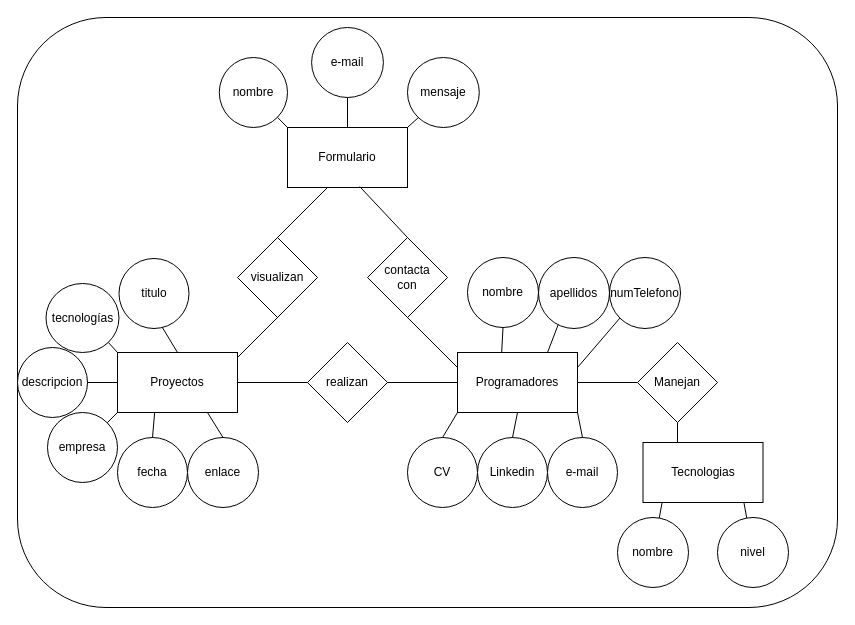
Nicolas-1400/Porfolio keeps this draw.io diagram as Portfolio.drawio. Above is the earlier version. Source tidied: cells renumbered, new cells numbered last; positions are measured from the earlier drawing's top-left corner, leaving out a move shared by most shapes. Both pictures are drawn from the tidied source at 100%, with x=0, y=0 at pixel (17, 17).
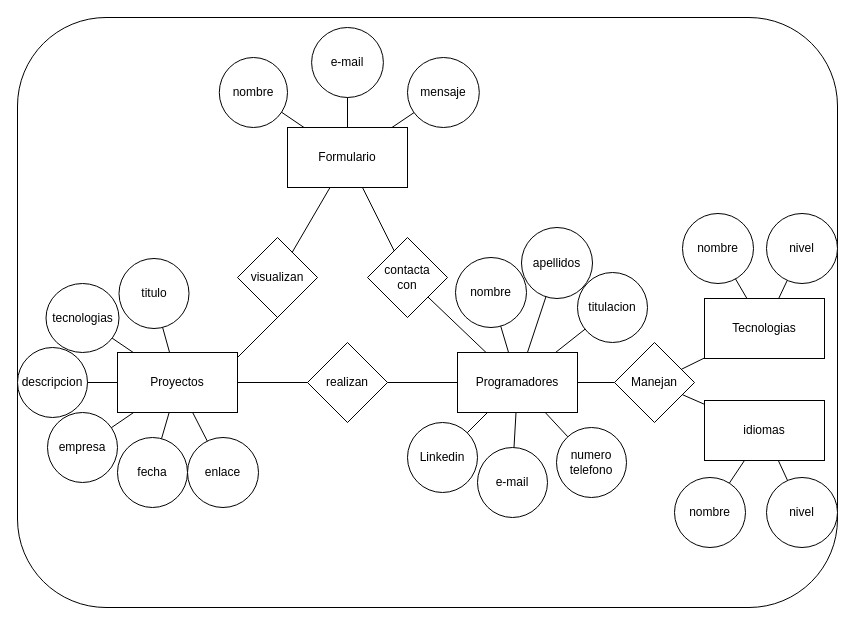
After the change.

Unchanged cells that the change refers to:
```xml
<mxCell id="3" value="Proyectos" style="rounded=0;whiteSpace=wrap;html=1;" parent="1" vertex="1">
  <mxGeometry x="100" y="335" width="120" height="60" as="geometry" />
</mxCell>
<mxCell id="5" value="Programadores" style="rounded=0;whiteSpace=wrap;html=1;" parent="1" vertex="1">
  <mxGeometry x="440" y="335" width="120" height="60" as="geometry" />
</mxCell>
<mxCell id="12" value="titulo" style="ellipse;whiteSpace=wrap;html=1;" parent="1" vertex="1">
  <mxGeometry x="101.5" y="241" width="70" height="70" as="geometry" />
</mxCell>
<mxCell id="14" value="fecha" style="ellipse;whiteSpace=wrap;html=1;" parent="1" vertex="1">
  <mxGeometry x="100" y="420" width="70" height="70" as="geometry" />
</mxCell>
<mxCell id="15" value="descripcion" style="ellipse;whiteSpace=wrap;html=1;" parent="1" vertex="1">
  <mxGeometry y="330" width="70" height="70" as="geometry" />
</mxCell>
<mxCell id="16" value="enlace" style="ellipse;whiteSpace=wrap;html=1;" parent="1" vertex="1">
  <mxGeometry x="170" y="420" width="71" height="70" as="geometry" />
</mxCell>
<mxCell id="17" value="Formulario" style="rounded=0;whiteSpace=wrap;html=1;" parent="1" vertex="1">
  <mxGeometry x="270" y="110" width="120" height="60" as="geometry" />
</mxCell>
<mxCell id="18" value="nombre" style="ellipse;whiteSpace=wrap;html=1;" parent="1" vertex="1">
  <mxGeometry x="201.8" y="40" width="68.2" height="70" as="geometry" />
</mxCell>
<mxCell id="19" value="e-mail" style="ellipse;whiteSpace=wrap;html=1;" parent="1" vertex="1">
  <mxGeometry x="294.1" y="10" width="71.8" height="70" as="geometry" />
</mxCell>
<mxCell id="20" value="mensaje" style="ellipse;whiteSpace=wrap;html=1;" parent="1" vertex="1">
  <mxGeometry x="390" y="40" width="71.8" height="70" as="geometry" />
</mxCell>
<mxCell id="21" value="visualizan" style="rhombus;whiteSpace=wrap;html=1;" parent="1" vertex="1">
  <mxGeometry x="220" y="220" width="80" height="80" as="geometry" />
</mxCell>
<mxCell id="22" value="realizan" style="rhombus;whiteSpace=wrap;html=1;" parent="1" vertex="1">
  <mxGeometry x="290" y="325" width="80" height="80" as="geometry" />
</mxCell>
<mxCell id="23" value="contacta&lt;div&gt;con&lt;/div&gt;" style="rhombus;whiteSpace=wrap;html=1;" parent="1" vertex="1">
  <mxGeometry x="350" y="220" width="80" height="80" as="geometry" />
</mxCell>
<mxCell id="30" value="empresa" style="ellipse;whiteSpace=wrap;html=1;" parent="1" vertex="1">
  <mxGeometry x="30" y="395" width="70" height="70" as="geometry" />
</mxCell>
```

Diff of the diagram source:
```diff
@@
-    <mxCell id="4" style="edgeStyle=orthogonalEdgeStyle;rounded=0;jettySize=auto;html=1;entryX=0;entryY=0.5;entryDx=0;entryDy=0;endArrow=none;endFill=0;" parent="1" edge="1" source="5" target="32">
+    <mxCell id="4" style="edgeStyle=orthogonalEdgeStyle;rounded=0;jettySize=auto;html=1;endArrow=none;endFill=0;" parent="1" edge="1" source="5" target="32">
       <mxGeometry relative="1" as="geometry" />
     </mxCell>
@@
     <mxCell id="6" value="nombre" style="ellipse;whiteSpace=wrap;html=1;" parent="1" vertex="1">
-      <mxGeometry x="450" y="240" width="71" height="70" as="geometry" />
+      <mxGeometry x="438" y="240" width="71" height="70" as="geometry" />
     </mxCell>
     <mxCell id="7" value="e-mail" style="ellipse;whiteSpace=wrap;html=1;" parent="1" vertex="1">
-      <mxGeometry x="530" y="420" width="70" height="70" as="geometry" />
+      <mxGeometry x="460" y="430" width="70" height="70" as="geometry" />
     </mxCell>
-    <mxCell id="8" value="numTelefono" style="ellipse;whiteSpace=wrap;html=1;" parent="1" vertex="1">
-      <mxGeometry x="592" y="240" width="71" height="71" as="geometry" />
-    </mxCell>
     <mxCell id="9" value="apellidos" style="ellipse;whiteSpace=wrap;html=1;" parent="1" vertex="1">
-      <mxGeometry x="521" y="240" width="71" height="71" as="geometry" />
+      <mxGeometry x="504" y="210" width="71" height="71" as="geometry" />
     </mxCell>
     <mxCell id="10" value="Linkedin" style="ellipse;whiteSpace=wrap;html=1;" parent="1" vertex="1">
-      <mxGeometry x="460" y="420" width="70" height="70" as="geometry" />
+      <mxGeometry x="390" y="405" width="70" height="70" as="geometry" />
     </mxCell>
-    <mxCell id="11" value="CV" style="ellipse;whiteSpace=wrap;html=1;" parent="1" vertex="1">
-      <mxGeometry x="390" y="420" width="70" height="70" as="geometry" />
+    <mxCell id="11" value="numero&lt;div&gt;telefono&lt;/div&gt;" style="ellipse;whiteSpace=wrap;html=1;" parent="1" vertex="1">
+      <mxGeometry x="539" y="410" width="70" height="70" as="geometry" />
     </mxCell>
@@
-    <mxCell id="13" value="tecnologías" style="ellipse;whiteSpace=wrap;html=1;" parent="1" vertex="1">
+    <mxCell id="13" value="tecnologias" style="ellipse;whiteSpace=wrap;html=1;" parent="1" vertex="1">
       <mxGeometry x="28.5" y="266" width="73" height="69" as="geometry" />
     </mxCell>
@@
-    <mxCell id="24" style="endArrow=none;html=1;rounded=0;" parent="1" edge="1">
-      <mxGeometry relative="1" as="geometry">
-        <mxPoint x="260" y="220" as="sourcePoint" />
-        <mxPoint x="310" y="170" as="targetPoint" />
-      </mxGeometry>
+    <mxCell id="24" style="endArrow=none;html=1;rounded=0;" parent="1" edge="1" source="21" target="17">
+      <mxGeometry relative="1" as="geometry" />
     </mxCell>
-    <mxCell id="25" style="endArrow=none;html=1;rounded=0;entryX=0.602;entryY=0.985;entryDx=0;entryDy=0;entryPerimeter=0;" parent="1" edge="1" target="17">
-      <mxGeometry relative="1" as="geometry">
-        <mxPoint x="390" y="220" as="sourcePoint" />
-      </mxGeometry>
+    <mxCell id="25" style="endArrow=none;html=1;rounded=0;" parent="1" edge="1" source="23" target="17">
+      <mxGeometry relative="1" as="geometry" />
     </mxCell>
@@
-    <mxCell id="27" style="endArrow=none;html=1;rounded=0;exitX=0.5;exitY=1;exitDx=0;exitDy=0;entryX=0;entryY=0.25;entryDx=0;entryDy=0;" parent="1" edge="1" source="23" target="5">
+    <mxCell id="27" style="endArrow=none;html=1;rounded=0;" parent="1" edge="1" source="23" target="5">
       <mxGeometry relative="1" as="geometry" />
     </mxCell>
-    <mxCell id="28" style="endArrow=none;html=1;rounded=0;exitX=1;exitY=0.5;exitDx=0;exitDy=0;entryX=0;entryY=0.5;entryDx=0;entryDy=0;" parent="1" edge="1" source="3" target="22">
+    <mxCell id="28" style="endArrow=none;html=1;rounded=0;" parent="1" edge="1" source="3" target="22">
       <mxGeometry relative="1" as="geometry" />
     </mxCell>
-    <mxCell id="29" style="endArrow=none;html=1;rounded=0;exitX=1;exitY=0.5;exitDx=0;exitDy=0;entryX=0;entryY=0.5;entryDx=0;entryDy=0;" parent="1" edge="1" source="22" target="5">
+    <mxCell id="29" style="endArrow=none;html=1;rounded=0;" parent="1" edge="1" source="22" target="5">
       <mxGeometry relative="1" as="geometry" />
     </mxCell>
@@
-    <mxCell id="31" style="edgeStyle=orthogonalEdgeStyle;rounded=0;jettySize=auto;html=1;entryX=0;entryY=0.5;entryDx=0;entryDy=0;endArrow=none;endFill=0;" parent="1" edge="1" source="32" target="52">
-      <mxGeometry relative="1" as="geometry">
-        <Array as="points">
-          <mxPoint x="660" y="480" />
-          <mxPoint x="663" y="480" />
-        </Array>
-      </mxGeometry>
-    </mxCell>
     <mxCell id="32" value="Manejan" style="rhombus;whiteSpace=wrap;html=1;" parent="1" vertex="1">
-      <mxGeometry x="620" y="325" width="80" height="80" as="geometry" />
+      <mxGeometry x="597" y="325" width="80" height="80" as="geometry" />
     </mxCell>
     <mxCell id="33" value="nombre" style="ellipse;whiteSpace=wrap;html=1;" parent="1" vertex="1">
-      <mxGeometry x="600" y="500" width="71" height="70" as="geometry" />
+      <mxGeometry x="665" y="196" width="71" height="70" as="geometry" />
     </mxCell>
     <mxCell id="34" value="nivel" style="ellipse;whiteSpace=wrap;html=1;" parent="1" vertex="1">
-      <mxGeometry x="700" y="500" width="71" height="70" as="geometry" />
+      <mxGeometry x="749" y="196" width="71" height="70" as="geometry" />
     </mxCell>
-    <mxCell id="35" style="endArrow=none;html=1;rounded=0;entryX=0.5;entryY=0;entryDx=0;entryDy=0;exitX=0.617;exitY=0.981;exitDx=0;exitDy=0;exitPerimeter=0;" parent="1" edge="1" source="12" target="3">
+    <mxCell id="35" style="endArrow=none;html=1;rounded=0;" parent="1" edge="1" source="12" target="3">
       <mxGeometry relative="1" as="geometry" />
     </mxCell>
-    <mxCell id="36" style="endArrow=none;html=1;rounded=0;entryX=0;entryY=0;entryDx=0;entryDy=0;exitX=1;exitY=1;exitDx=0;exitDy=0;" parent="1" edge="1" source="13" target="3">
+    <mxCell id="36" style="endArrow=none;html=1;rounded=0;" parent="1" edge="1" source="13" target="3">
       <mxGeometry relative="1" as="geometry" />
     </mxCell>
-    <mxCell id="37" style="endArrow=none;html=1;rounded=0;entryX=0;entryY=0.5;entryDx=0;entryDy=0;exitX=1;exitY=0.5;exitDx=0;exitDy=0;" parent="1" edge="1" source="15" target="3">
+    <mxCell id="37" style="endArrow=none;html=1;rounded=0;" parent="1" edge="1" source="15" target="3">
       <mxGeometry relative="1" as="geometry" />
     </mxCell>
-    <mxCell id="38" style="endArrow=none;html=1;rounded=0;entryX=0;entryY=1;entryDx=0;entryDy=0;exitX=1;exitY=0;exitDx=0;exitDy=0;" parent="1" edge="1" source="30" target="3">
+    <mxCell id="38" style="endArrow=none;html=1;rounded=0;" parent="1" edge="1" source="30" target="3">
       <mxGeometry relative="1" as="geometry" />
     </mxCell>
-    <mxCell id="39" style="endArrow=none;html=1;rounded=0;exitX=0.5;exitY=0;exitDx=0;exitDy=0;entryX=0.31;entryY=0.995;entryDx=0;entryDy=0;entryPerimeter=0;" parent="1" edge="1" source="14" target="3">
+    <mxCell id="39" style="endArrow=none;html=1;rounded=0;" parent="1" edge="1" source="14" target="3">
       <mxGeometry relative="1" as="geometry" />
     </mxCell>
-    <mxCell id="40" style="endArrow=none;html=1;rounded=0;entryX=0.75;entryY=1;entryDx=0;entryDy=0;exitX=0.5;exitY=0;exitDx=0;exitDy=0;" parent="1" edge="1" source="16" target="3">
+    <mxCell id="40" style="endArrow=none;html=1;rounded=0;" parent="1" edge="1" source="16" target="3">
       <mxGeometry relative="1" as="geometry" />
     </mxCell>
-    <mxCell id="41" style="endArrow=none;html=1;rounded=0;exitX=1;exitY=1;exitDx=0;exitDy=0;entryX=0;entryY=0;entryDx=0;entryDy=0;" parent="1" edge="1" source="18" target="17">
+    <mxCell id="41" style="endArrow=none;html=1;rounded=0;" parent="1" edge="1" source="18" target="17">
       <mxGeometry relative="1" as="geometry" />
     </mxCell>
-    <mxCell id="42" style="endArrow=none;html=1;rounded=0;entryX=0.5;entryY=1;entryDx=0;entryDy=0;exitX=0.5;exitY=0;exitDx=0;exitDy=0;" parent="1" edge="1" source="17" target="19">
+    <mxCell id="42" style="endArrow=none;html=1;rounded=0;" parent="1" edge="1" source="17" target="19">
       <mxGeometry relative="1" as="geometry" />
     </mxCell>
-    <mxCell id="43" style="endArrow=none;html=1;rounded=0;entryX=0;entryY=1;entryDx=0;entryDy=0;exitX=1;exitY=0;exitDx=0;exitDy=0;" parent="1" edge="1" source="17" target="20">
+    <mxCell id="43" style="endArrow=none;html=1;rounded=0;" parent="1" edge="1" source="17" target="20">
       <mxGeometry relative="1" as="geometry" />
     </mxCell>
-    <mxCell id="44" style="endArrow=none;html=1;rounded=0;entryX=0.5;entryY=1;entryDx=0;entryDy=0;exitX=0.368;exitY=0.004;exitDx=0;exitDy=0;exitPerimeter=0;" parent="1" edge="1" source="5" target="6">
+    <mxCell id="44" style="endArrow=none;html=1;rounded=0;" parent="1" edge="1" source="5" target="6">
       <mxGeometry relative="1" as="geometry" />
     </mxCell>
-    <mxCell id="45" style="endArrow=none;html=1;rounded=0;exitX=0.75;exitY=0;exitDx=0;exitDy=0;entryX=0.277;entryY=0.947;entryDx=0;entryDy=0;entryPerimeter=0;" parent="1" edge="1" source="5" target="9">
+    <mxCell id="45" style="endArrow=none;html=1;rounded=0;" parent="1" edge="1" source="5" target="9">
       <mxGeometry relative="1" as="geometry" />
     </mxCell>
-    <mxCell id="46" style="endArrow=none;html=1;rounded=0;entryX=0;entryY=1;entryDx=0;entryDy=0;exitX=1;exitY=0.25;exitDx=0;exitDy=0;" parent="1" edge="1" source="5" target="8">
-      <mxGeometry relative="1" as="geometry" />
-    </mxCell>
-    <mxCell id="47" style="endArrow=none;html=1;rounded=0;entryX=0;entryY=1;entryDx=0;entryDy=0;exitX=0.5;exitY=0;exitDx=0;exitDy=0;" parent="1" edge="1" source="11" target="5">
+    <mxCell id="47" style="endArrow=none;html=1;rounded=0;" parent="1" edge="1" source="11" target="5">
       <mxGeometry relative="1" as="geometry" />
     </mxCell>
-    <mxCell id="48" style="endArrow=none;html=1;rounded=0;entryX=0.5;entryY=1;entryDx=0;entryDy=0;exitX=0.5;exitY=0;exitDx=0;exitDy=0;" parent="1" edge="1" source="10" target="5">
+    <mxCell id="48" style="endArrow=none;html=1;rounded=0;" parent="1" edge="1" source="10" target="5">
       <mxGeometry relative="1" as="geometry" />
     </mxCell>
-    <mxCell id="49" style="endArrow=none;html=1;rounded=0;entryX=1;entryY=1;entryDx=0;entryDy=0;exitX=0.5;exitY=0;exitDx=0;exitDy=0;" parent="1" edge="1" source="7" target="5">
+    <mxCell id="49" style="endArrow=none;html=1;rounded=0;" parent="1" edge="1" source="7" target="5">
       <mxGeometry relative="1" as="geometry" />
     </mxCell>
-    <mxCell id="50" style="endArrow=none;html=1;rounded=0;exitX=0.25;exitY=0;exitDx=0;exitDy=0;" parent="1" edge="1" source="52" target="33">
+    <mxCell id="50" style="endArrow=none;html=1;rounded=0;" parent="1" edge="1" source="52" target="33">
       <mxGeometry relative="1" as="geometry" />
     </mxCell>
-    <mxCell id="51" style="endArrow=none;html=1;rounded=0;exitX=0.75;exitY=0;exitDx=0;exitDy=0;" parent="1" edge="1" source="52" target="34">
+    <mxCell id="51" style="endArrow=none;html=1;rounded=0;" parent="1" edge="1" source="52" target="34">
       <mxGeometry relative="1" as="geometry" />
     </mxCell>
     <mxCell id="52" value="Tecnologias" style="rounded=0;whiteSpace=wrap;html=1;" parent="1" vertex="1">
-      <mxGeometry x="625.5" y="425" width="120" height="60" as="geometry" />
+      <mxGeometry x="687" y="281" width="120" height="60" as="geometry" />
     </mxCell>
+    <mxCell id="53" value="titulacion" style="ellipse;whiteSpace=wrap;html=1;" parent="1" vertex="1">
+      <mxGeometry x="560" y="255" width="70" height="70" as="geometry" />
+    </mxCell>
+    <mxCell id="54" style="endArrow=none;html=1;rounded=0;" parent="1" edge="1" source="53" target="5">
+      <mxGeometry relative="1" as="geometry" />
+    </mxCell>
+    <mxCell id="31" style="endArrow=none;html=1;rounded=0;" parent="1" edge="1" source="32" target="52">
+      <mxGeometry relative="1" as="geometry" />
+    </mxCell>
+    <mxCell id="55" value="idiomas" style="rounded=0;whiteSpace=wrap;html=1;" parent="1" vertex="1">
+      <mxGeometry x="687" y="383" width="120" height="60" as="geometry" />
+    </mxCell>
+    <mxCell id="56" style="endArrow=none;html=1;rounded=0;" parent="1" edge="1" source="32" target="55">
+      <mxGeometry relative="1" as="geometry" />
+    </mxCell>
+    <mxCell id="57" value="nombre" style="ellipse;whiteSpace=wrap;html=1;" parent="1" vertex="1">
+      <mxGeometry x="657" y="460" width="71" height="70" as="geometry" />
+    </mxCell>
+    <mxCell id="58" value="nivel" style="ellipse;whiteSpace=wrap;html=1;" parent="1" vertex="1">
+      <mxGeometry x="749" y="460" width="71" height="70" as="geometry" />
+    </mxCell>
+    <mxCell id="59" style="endArrow=none;html=1;rounded=0;" parent="1" edge="1" source="55" target="57">
+      <mxGeometry relative="1" as="geometry" />
+    </mxCell>
+    <mxCell id="60" style="endArrow=none;html=1;rounded=0;" parent="1" edge="1" source="55" target="58">
+      <mxGeometry relative="1" as="geometry" />
+    </mxCell>
```
